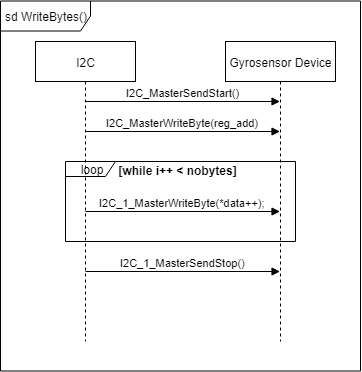
This is Krav og Design/I2C_WriteByte_SD.png from MkLJensen/iFollow, a draw.io export, as it was before one commit. Source tidied: cells renumbered, new cells last; positions are measured from the earlier drawing's top-left corner, leaving out a move shared by most shapes.
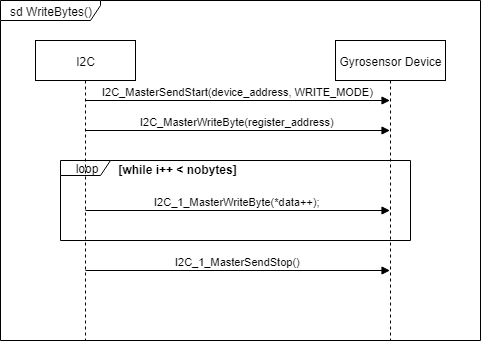
The same diagram one commit later.

Change to the diagram source:
```diff
@@ -2,27 +2,26 @@
   <root>
     <mxCell id="0" />
     <mxCell id="1" parent="0" />
-    <mxCell id="2" value="sd WriteBytes()" style="shape=umlFrame;whiteSpace=wrap;html=1;width=90;height=30;" parent="1" vertex="1">
-      <mxGeometry y="-0.5" width="360" height="370" as="geometry" />
+    <mxCell id="2" value="sd WriteBytes()" style="shape=umlFrame;whiteSpace=wrap;html=1;width=100;height=20;" parent="1" vertex="1">
+      <mxGeometry width="480" height="340" as="geometry" />
     </mxCell>
     <mxCell id="3" value="loop" style="shape=umlFrame;whiteSpace=wrap;html=1;width=50;height=15;" parent="1" vertex="1">
-      <mxGeometry x="65" y="160" width="230" height="80" as="geometry" />
+      <mxGeometry x="60" y="160" width="350" height="80" as="geometry" />
     </mxCell>
     <mxCell id="4" value="I2C" style="shape=umlLifeline;perimeter=lifelinePerimeter;whiteSpace=wrap;html=1;" parent="1" vertex="1">
       <mxGeometry x="35" y="40" width="100" height="300" as="geometry" />
     </mxCell>
     <mxCell id="5" value="Gyrosensor Device" style="shape=umlLifeline;perimeter=lifelinePerimeter;whiteSpace=wrap;html=1;outlineConnect=0;" parent="1" vertex="1">
-      <mxGeometry x="225" y="40" width="110" height="300" as="geometry" />
+      <mxGeometry x="335" y="40" width="110" height="300" as="geometry" />
     </mxCell>
-    <mxCell id="6" value="I2C_MasterSendStart()" style="html=1;verticalAlign=bottom;endArrow=block;" parent="1" edge="1" target="5">
+    <mxCell id="6" value="I2C_MasterSendStart(device_address, WRITE_MODE)" style="html=1;verticalAlign=bottom;endArrow=block;" parent="1" edge="1" target="5">
       <mxGeometry relative="1" as="geometry">
         <mxPoint x="85" y="100" as="sourcePoint" />
       </mxGeometry>
     </mxCell>
-    <mxCell id="7" value="I2C_MasterWriteByte(reg_add)" style="html=1;verticalAlign=bottom;endArrow=block;" parent="1" edge="1">
+    <mxCell id="7" value="I2C_MasterWriteByte(register_address)" style="html=1;verticalAlign=bottom;endArrow=block;" parent="1" edge="1" target="5">
       <mxGeometry relative="1" as="geometry">
         <mxPoint x="85" y="130" as="sourcePoint" />
-        <mxPoint x="279.5" y="130" as="targetPoint" />
       </mxGeometry>
     </mxCell>
     <mxCell id="8" value="[while i++ &lt; nobytes]" style="text;align=center;fontStyle=1;verticalAlign=middle;spacingLeft=3;spacingRight=3;strokeColor=none;" parent="1" vertex="1">
@@ -33,10 +32,9 @@
         <mxPoint x="85" y="210" as="sourcePoint" />
       </mxGeometry>
     </mxCell>
-    <mxCell id="10" value="&lt;div&gt;&lt;span&gt;I2C_1_MasterSendStop()&lt;/span&gt;&lt;/div&gt;" style="html=1;verticalAlign=bottom;endArrow=block;" parent="1" edge="1">
+    <mxCell id="10" value="&lt;div&gt;&lt;span&gt;I2C_1_MasterSendStop()&lt;/span&gt;&lt;/div&gt;" style="html=1;verticalAlign=bottom;endArrow=block;" parent="1" edge="1" target="5">
       <mxGeometry relative="1" as="geometry">
         <mxPoint x="85" y="270" as="sourcePoint" />
-        <mxPoint x="279.5" y="270" as="targetPoint" />
       </mxGeometry>
     </mxCell>
   </root>
```
